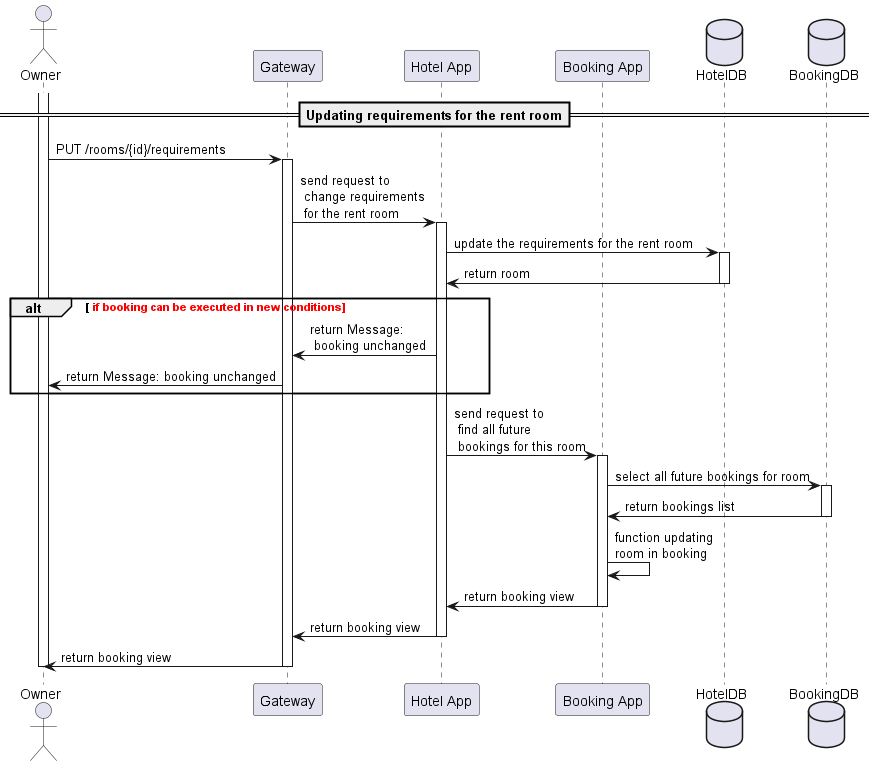
This is image/changeRequiremantRoom.png from OlgaDobrodey/sequence-diagram, a PlantUML export, as it was before one commit.
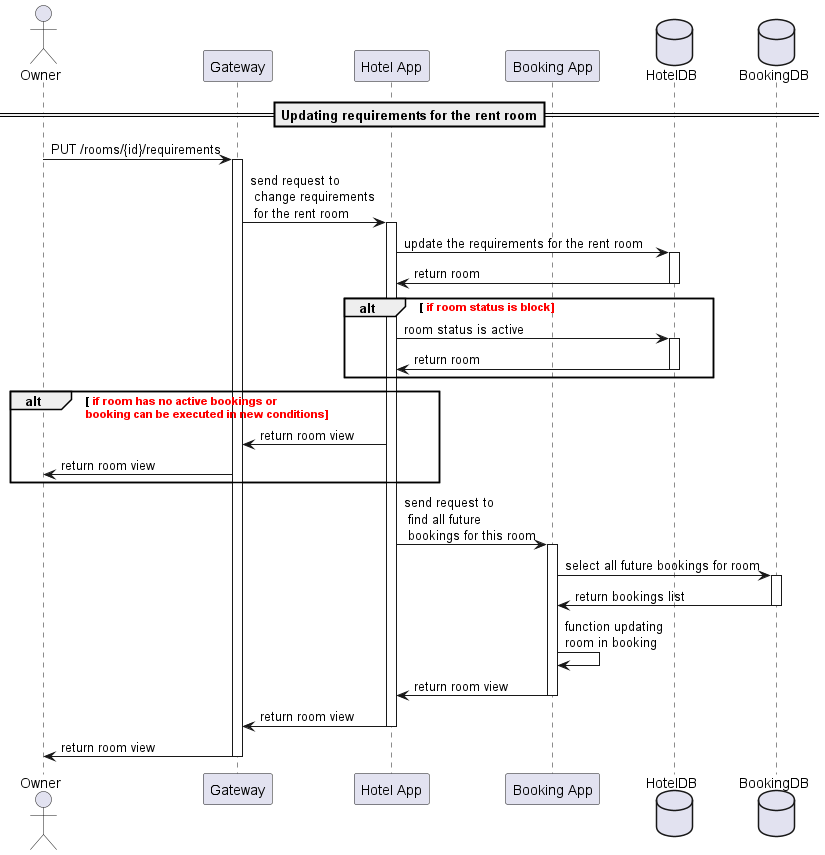
Above is the later version.

Diff of the diagram source:
```diff
@@ -9,7 +9,7 @@
 database "BookingDB" as bb
 
 ==Updating requirements for the rent room==
-    activate user
+
 user -> gw: PUT /rooms/{id}/requirements
     activate gw
 gw -> hs: send request to\n change requirements\n for the rent room
@@ -18,10 +18,17 @@
     activate hb
 hb -> hs: return room
     deactivate hb
-    alt <font color=red> if booking can be executed in new conditions
-                 hs -> gw: return Message:\n booking unchanged
-                 gw -> user:  return Message: booking unchanged
-                 end
+    alt <font color=red> if room status is block
+                         hs -> hb: room status is active
+                         activate hb
+                         hb -> hs:  return room
+                         deactivate hb
+    end
+    alt <font color=red> if room has no active bookings or\n<font color=red>booking can be executed in new conditions
+                     hs -> gw: return room view
+                     gw -> user:  return room view
+    end
+
 hs -> bs: send request to\n find all future\n bookings for this room
     activate bs
 bs -> bb: select all future bookings for room
@@ -30,12 +37,11 @@
     deactivate bb
 bs -> bs: function updating\nroom in booking
 
-bs -> hs: return booking view
+bs -> hs: return room view
     deactivate bs
-hs -> gw: return booking view
+hs -> gw: return room view
     deactivate hs
-gw -> user: return booking view
+gw -> user: return room view
     deactivate gw
-    deactivate user
 
 @enduml
```
